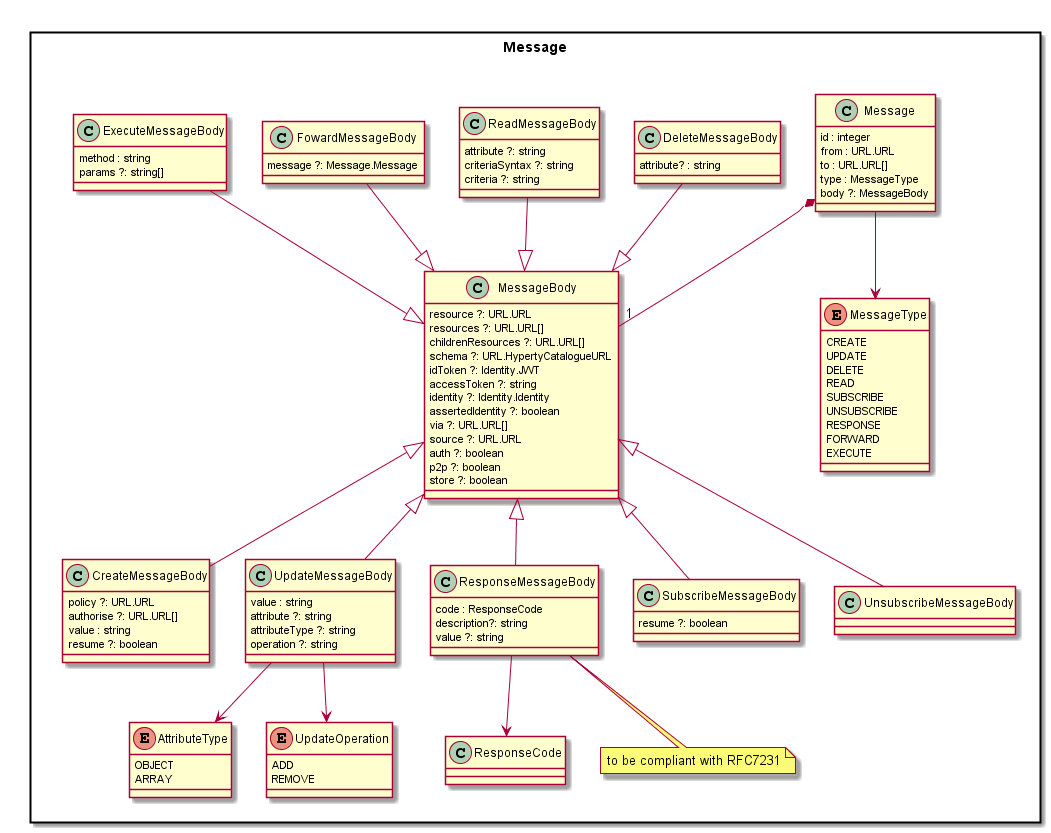
reTHINK-project/specs keeps this PlantUML diagram as datamodel/core/message/Message-Data-Model.png. Above is the earlier version.
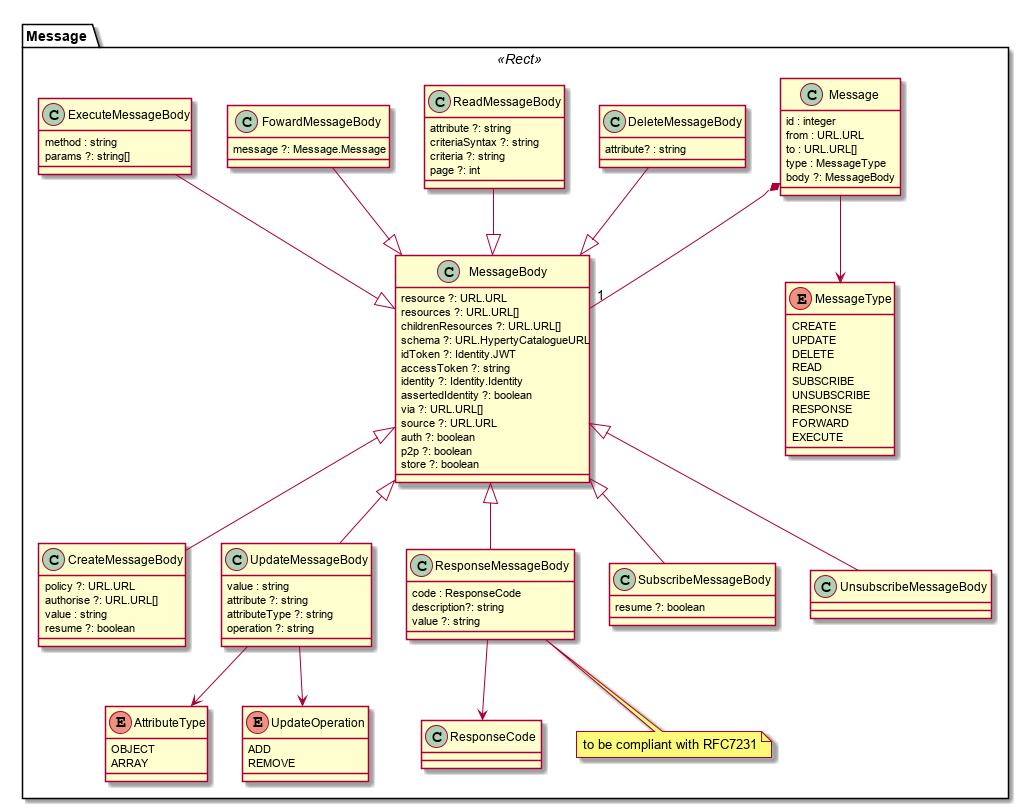
Above is the later version.

The edit, as a diff of the source:
```diff
@@ -58,6 +58,7 @@
 		attribute ?: string
 		criteriaSyntax ?: string
 		criteria ?: string
+		page ?: int
 	}
 
 	class SubscribeMessageBody {
```
